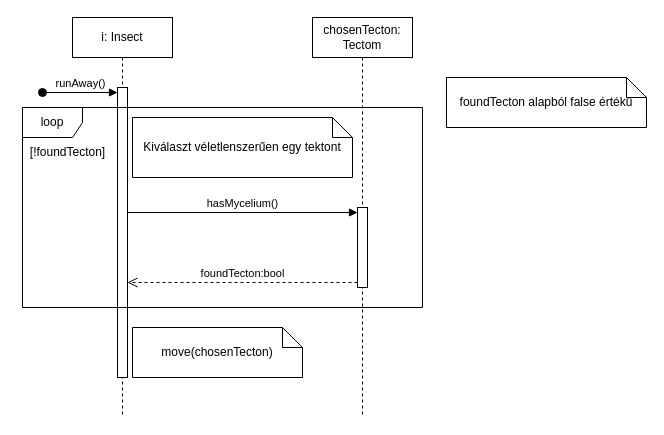
Before: page "InsectRunaway" (11 of 12) of 5_szkeleton_terv/Szekvencia_Diagrammok.drawio in koharzsombor/bandITs, a draw.io diagram. Source tidied: cells renumbered, new cells numbered last; positions are measured from the earlier drawing's top-left corner, leaving out a move shared by most shapes. Both pictures are drawn from the tidied source at 100%, with x=0, y=0 at pixel (17, 17).
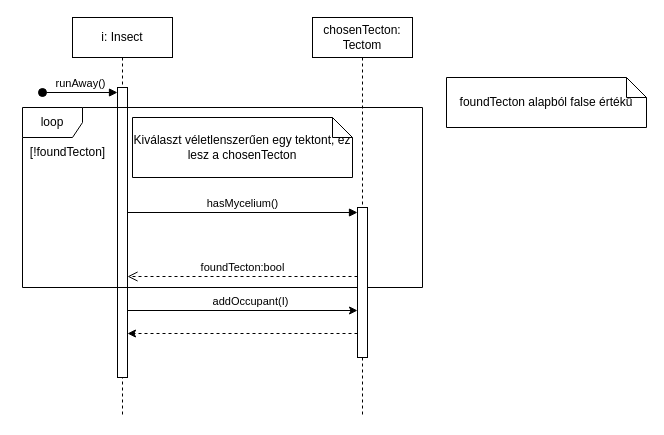
After the change.

Change to the diagram source:
```diff
@@
 <mxGraphModel>
   <root>
     <mxCell id="0" />
     <mxCell id="1" parent="0" />
     <mxCell id="2" value="i: Insect" style="shape=umlLifeline;perimeter=lifelinePerimeter;whiteSpace=wrap;html=1;newEdgeStyle={&quot;curved&quot;:0,&quot;rounded&quot;:0};" parent="1" vertex="1">
       <mxGeometry x="55" width="100" height="400" as="geometry" />
     </mxCell>
     <mxCell id="3" style="html=1;points=[[0,0,0,0,5],[0,1,0,0,-5],[1,0,0,0,5],[1,1,0,0,-5]];perimeter=orthogonalPerimeter;outlineConnect=0;targetShapes=umlLifeline;portConstraint=eastwest;newEdgeStyle={&quot;curved&quot;:0,&quot;rounded&quot;:0};" parent="2" vertex="1">
       <mxGeometry x="45" y="70" width="10" height="290" as="geometry" />
     </mxCell>
     <mxCell id="4" value="runAway()" style="html=1;verticalAlign=bottom;startArrow=oval;endArrow=block;startSize=8;curved=0;rounded=0;entryX=0;entryY=0;entryDx=0;entryDy=5;" parent="2" edge="1" target="3">
       <mxGeometry relative="1" as="geometry">
         <mxPoint x="-30" y="75" as="sourcePoint" />
       </mxGeometry>
     </mxCell>
     <mxCell id="5" value="loop" style="shape=umlFrame;whiteSpace=wrap;html=1;" parent="1" vertex="1">
-      <mxGeometry x="5" y="90" width="400" height="200" as="geometry" />
+      <mxGeometry x="5" y="90" width="400" height="180" as="geometry" />
     </mxCell>
     <mxCell id="6" value="[!foundTecton]" style="text;html=1;align=center;verticalAlign=middle;strokeColor=none;fillColor=none;" parent="1" vertex="1">
       <mxGeometry y="120" width="100" height="30" as="geometry" />
     </mxCell>
-    <mxCell id="7" value="Kiválaszt véletlenszerűen egy tektont" style="shape=note;size=20;whiteSpace=wrap;html=1;" parent="1" vertex="1">
+    <mxCell id="7" value="Kiválaszt véletlenszerűen egy tektont, ez lesz a chosenTecton" style="shape=note;size=20;whiteSpace=wrap;html=1;" parent="1" vertex="1">
       <mxGeometry x="115" y="100" width="220" height="60" as="geometry" />
     </mxCell>
     <mxCell id="8" value="chosenTecton: Tectom" style="shape=umlLifeline;perimeter=lifelinePerimeter;whiteSpace=wrap;html=1;newEdgeStyle={&quot;curved&quot;:0,&quot;rounded&quot;:0};" parent="1" vertex="1">
       <mxGeometry x="295" width="100" height="400" as="geometry" />
     </mxCell>
     <mxCell id="9" style="html=1;points=[[0,0,0,0,5],[0,1,0,0,-5],[1,0,0,0,5],[1,1,0,0,-5]];perimeter=orthogonalPerimeter;outlineConnect=0;targetShapes=umlLifeline;portConstraint=eastwest;newEdgeStyle={&quot;curved&quot;:0,&quot;rounded&quot;:0};" parent="8" vertex="1">
-      <mxGeometry x="45" y="190" width="10" height="80" as="geometry" />
+      <mxGeometry x="45" y="190" width="10" height="150" as="geometry" />
     </mxCell>
     <mxCell id="10" value="hasMycelium()" style="html=1;verticalAlign=bottom;endArrow=block;curved=0;rounded=0;entryX=0;entryY=0;entryDx=0;entryDy=5;" parent="1" edge="1" source="3" target="9">
       <mxGeometry relative="1" as="geometry" />
     </mxCell>
-    <mxCell id="11" value="foundTecton:bool" style="html=1;verticalAlign=bottom;endArrow=open;dashed=1;endSize=8;curved=0;rounded=0;exitX=0;exitY=1;exitDx=0;exitDy=-5;" parent="1" edge="1" source="9" target="3">
-      <mxGeometry relative="1" as="geometry" />
+    <mxCell id="11" value="foundTecton:bool" style="html=1;verticalAlign=bottom;endArrow=open;dashed=1;endSize=8;curved=0;rounded=0;exitX=0;exitY=1;exitDx=0;exitDy=-5;" parent="1" edge="1">
+      <mxGeometry relative="1" as="geometry">
+        <mxPoint x="340" y="259" as="sourcePoint" />
+        <mxPoint x="110" y="259" as="targetPoint" />
+      </mxGeometry>
     </mxCell>
     <mxCell id="12" value="foundTecton alapból false értékű" style="shape=note;size=20;whiteSpace=wrap;html=1;" parent="1" vertex="1">
       <mxGeometry x="429" y="60" width="200" height="50" as="geometry" />
     </mxCell>
-    <mxCell id="13" value="move(chosenTecton)" style="shape=note;size=20;whiteSpace=wrap;html=1;" parent="1" vertex="1">
-      <mxGeometry x="115" y="310" width="170" height="50" as="geometry" />
-    </mxCell>
+    <mxCell id="14" style="endArrow=classic;html=1;rounded=0;" parent="1" edge="1" target="9">
+      <mxGeometry relative="1" as="geometry">
+        <mxPoint x="110" y="293" as="sourcePoint" />
+      </mxGeometry>
+    </mxCell>
+    <mxCell id="15" value="addOccupant(I)" style="edgeLabel;html=1;align=center;verticalAlign=middle;" parent="14" vertex="1">
+      <mxGeometry x="-0.16" y="2" relative="1" as="geometry">
+        <mxPoint x="25" y="-8" as="offset" />
+      </mxGeometry>
+    </mxCell>
+    <mxCell id="16" style="endArrow=classic;html=1;rounded=0;dashed=1;" parent="1" edge="1" source="9">
+      <mxGeometry relative="1" as="geometry">
+        <mxPoint x="110" y="316" as="targetPoint" />
+      </mxGeometry>
+    </mxCell>
   </root>
 </mxGraphModel>
```
